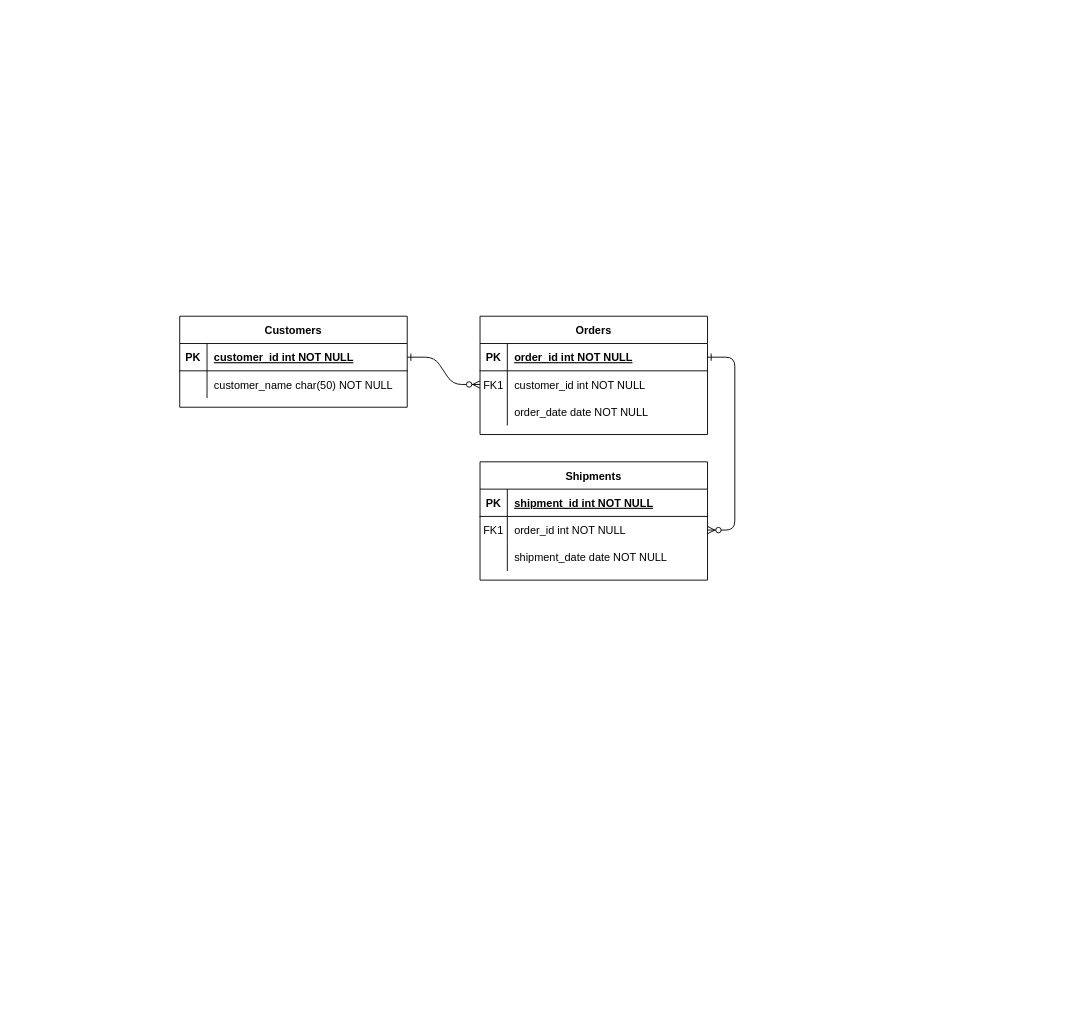
Above: SchémaE/R.drawio in uvsqNathanAmoussou/SalleDeMuscuBDD (draw.io), before the change. Source tidied: cells renumbered, new cells numbered last; positions are measured from the earlier drawing's top-left corner, leaving out a move shared by most shapes. Both pictures are drawn from the tidied source at 91%, with x=0, y=0 at pixel (179, 316).
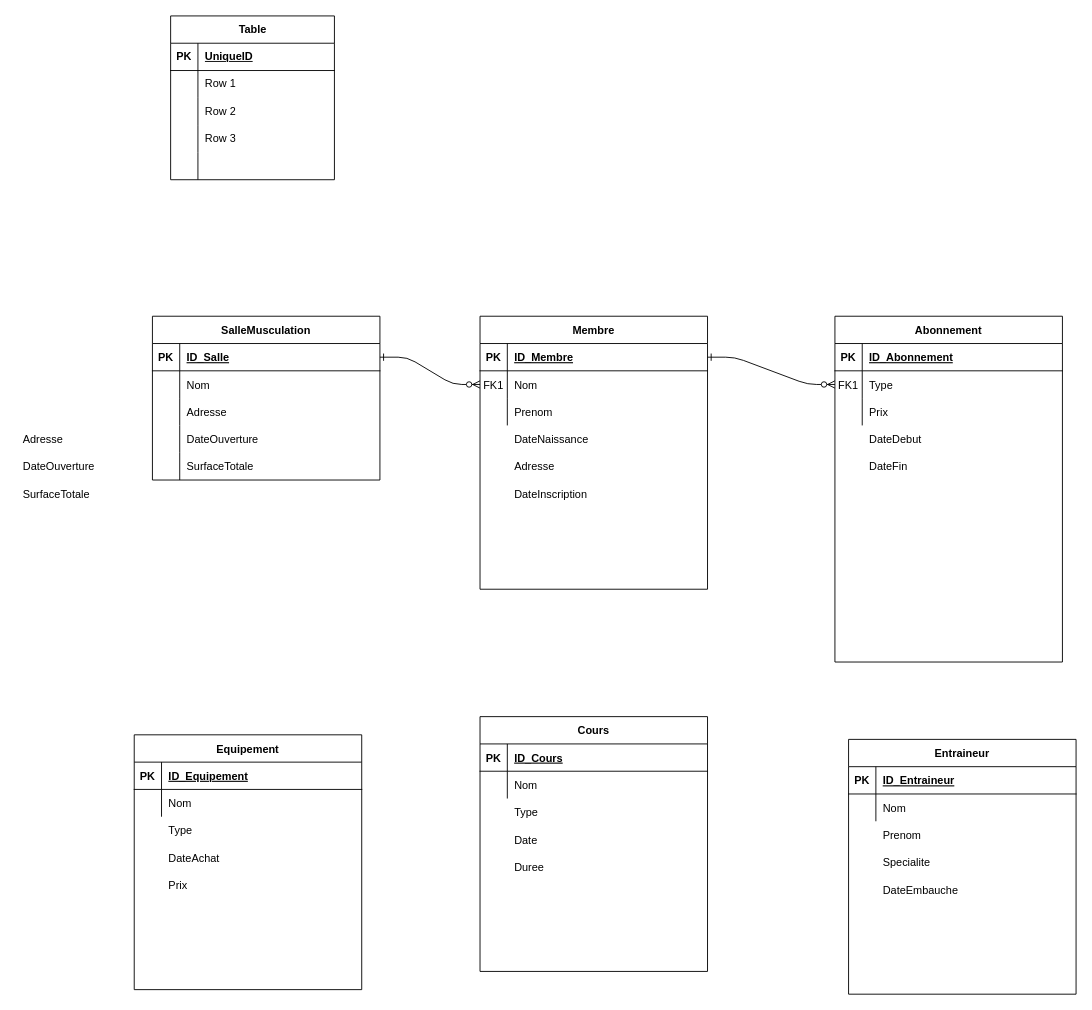
Above is the later version.

Commit message:
Mettre à jour SchémaE/R.drawio

Unchanged cells that the change refers to:
```xml
<mxCell id="5" style="shape=partialRectangle;fillColor=none;points=[[0,0.5],[1,0.5]];portConstraint=eastwest;top=0;left=0;right=0;bottom=1;" parent="4" vertex="1">
  <mxGeometry y="30" width="250" height="30" as="geometry" />
</mxCell>
<mxCell id="8" style="shape=partialRectangle;fillColor=none;points=[[0,0.5],[1,0.5]];portConstraint=eastwest;top=0;left=0;right=0;bottom=0;" parent="4" vertex="1">
  <mxGeometry y="60" width="250" height="30" as="geometry" />
</mxCell>
<mxCell id="11" style="shape=partialRectangle;fillColor=none;top=0;left=0;right=0;bottom=0;" parent="4" vertex="1">
  <mxGeometry y="90" width="250" height="30" as="geometry" />
</mxCell>
<mxCell id="15" style="shape=partialRectangle;fillColor=none;top=0;left=0;right=0;bottom=1;" parent="14" vertex="1">
  <mxGeometry y="30" width="250" height="30" as="geometry" />
</mxCell>
<mxCell id="18" style="shape=partialRectangle;fillColor=none;points=[[0,0.5],[1,0.5]];portConstraint=eastwest;top=0;left=0;right=0;bottom=0;" parent="14" vertex="1">
  <mxGeometry y="60" width="250" height="30" as="geometry" />
</mxCell>
<mxCell id="21" style="shape=partialRectangle;fillColor=none;top=0;left=0;right=0;bottom=0;" parent="14" vertex="1">
  <mxGeometry y="90" width="250" height="30" as="geometry" />
</mxCell>
<mxCell id="25" style="shape=partialRectangle;fillColor=none;points=[[0,0.5],[1,0.5]];portConstraint=eastwest;top=0;left=0;right=0;bottom=1;" parent="24" vertex="1">
  <mxGeometry y="30" width="250" height="30" as="geometry" />
</mxCell>
<mxCell id="28" style="shape=partialRectangle;fillColor=none;top=0;left=0;right=0;bottom=0;" parent="24" vertex="1">
  <mxGeometry y="60" width="250" height="30" as="geometry" />
</mxCell>
```

Change to the diagram source:
```diff
@@
-    <mxCell id="4" value="Orders" style="shape=table;startSize=30;childLayout=tableLayout;rowLines=0;fontStyle=1;align=center;" parent="1" vertex="1">
-      <mxGeometry x="330" width="250" height="130" as="geometry" />
+    <mxCell id="4" value="Membre" style="shape=table;startSize=30;childLayout=tableLayout;rowLines=0;fontStyle=1;align=center;" parent="1" vertex="1">
+      <mxGeometry x="330" width="250" height="300" as="geometry" />
     </mxCell>
@@
-    <mxCell id="7" value="order_id int NOT NULL " style="shape=partialRectangle;overflow=hidden;fillColor=none;top=0;left=0;bottom=0;right=0;align=left;spacingLeft=6;fontStyle=5;" parent="5" vertex="1">
+    <mxCell id="7" value="ID_Membre" style="shape=partialRectangle;overflow=hidden;fillColor=none;top=0;left=0;bottom=0;right=0;align=left;spacingLeft=6;fontStyle=5;" parent="5" vertex="1">
       <mxGeometry x="30" width="220" height="30" as="geometry" />
     </mxCell>
@@
-    <mxCell id="10" value="customer_id int NOT NULL" style="shape=partialRectangle;overflow=hidden;fillColor=none;top=0;left=0;bottom=0;right=0;align=left;spacingLeft=6;" parent="8" vertex="1">
+    <mxCell id="10" value="Nom" style="shape=partialRectangle;overflow=hidden;fillColor=none;top=0;left=0;bottom=0;right=0;align=left;spacingLeft=6;" parent="8" vertex="1">
       <mxGeometry x="30" width="220" height="30" as="geometry" />
     </mxCell>
@@
-    <mxCell id="13" value="order_date date NOT NULL" style="shape=partialRectangle;overflow=hidden;fillColor=none;top=0;left=0;bottom=0;right=0;align=left;spacingLeft=6;" parent="11" vertex="1">
+    <mxCell id="13" value="Prenom" style="shape=partialRectangle;overflow=hidden;fillColor=none;top=0;left=0;bottom=0;right=0;align=left;spacingLeft=6;" parent="11" vertex="1">
       <mxGeometry x="30" width="220" height="30" as="geometry" />
     </mxCell>
-    <mxCell id="14" value="Shipments" style="shape=table;startSize=30;childLayout=tableLayout;rowLines=0;fontStyle=1;align=center;" parent="1" vertex="1">
-      <mxGeometry x="330" y="160" width="250" height="130" as="geometry" />
+    <mxCell id="14" value="Abonnement" style="shape=table;startSize=30;childLayout=tableLayout;rowLines=0;fontStyle=1;align=center;" parent="1" vertex="1">
+      <mxGeometry x="720" width="250" height="380" as="geometry" />
     </mxCell>
@@
-    <mxCell id="17" value="shipment_id int NOT NULL " style="shape=partialRectangle;overflow=hidden;fillColor=none;top=0;left=0;bottom=0;right=0;align=left;spacingLeft=6;fontStyle=5;" parent="15" vertex="1">
+    <mxCell id="17" value="ID_Abonnement" style="shape=partialRectangle;overflow=hidden;fillColor=none;top=0;left=0;bottom=0;right=0;align=left;spacingLeft=6;fontStyle=5;" parent="15" vertex="1">
       <mxGeometry x="30" width="220" height="30" as="geometry" />
     </mxCell>
@@
-    <mxCell id="20" value="order_id int NOT NULL" style="shape=partialRectangle;overflow=hidden;fillColor=none;top=0;left=0;bottom=0;right=0;align=left;spacingLeft=6;" parent="18" vertex="1">
+    <mxCell id="20" value="Type" style="shape=partialRectangle;overflow=hidden;fillColor=none;top=0;left=0;bottom=0;right=0;align=left;spacingLeft=6;" parent="18" vertex="1">
       <mxGeometry x="30" width="220" height="30" as="geometry" />
     </mxCell>
@@
-    <mxCell id="23" value="shipment_date date NOT NULL" style="shape=partialRectangle;overflow=hidden;fillColor=none;top=0;left=0;bottom=0;right=0;align=left;spacingLeft=6;" parent="21" vertex="1">
+    <mxCell id="23" value="Prix" style="shape=partialRectangle;overflow=hidden;fillColor=none;top=0;left=0;bottom=0;right=0;align=left;spacingLeft=6;" parent="21" vertex="1">
       <mxGeometry x="30" width="220" height="30" as="geometry" />
     </mxCell>
-    <mxCell id="24" value="Customers" style="shape=table;startSize=30;childLayout=tableLayout;rowLines=0;fontStyle=1;align=center;" parent="1" vertex="1">
-      <mxGeometry width="250" height="100" as="geometry" />
+    <mxCell id="24" value="SalleMusculation" style="shape=table;startSize=30;childLayout=tableLayout;rowLines=0;fontStyle=1;align=center;" parent="1" vertex="1">
+      <mxGeometry x="-30" width="250" height="180" as="geometry" />
     </mxCell>
@@
-    <mxCell id="27" value="customer_id int NOT NULL " style="shape=partialRectangle;overflow=hidden;fillColor=none;top=0;left=0;bottom=0;right=0;align=left;spacingLeft=6;fontStyle=5;" parent="25" vertex="1">
+    <mxCell id="27" value="ID_Salle" style="shape=partialRectangle;overflow=hidden;fillColor=none;top=0;left=0;bottom=0;right=0;align=left;spacingLeft=6;fontStyle=5;" parent="25" vertex="1">
       <mxGeometry x="30" width="220" height="30" as="geometry" />
     </mxCell>
@@
-    <mxCell id="30" value="customer_name char(50) NOT NULL" style="shape=partialRectangle;overflow=hidden;fillColor=none;top=0;left=0;bottom=0;right=0;align=left;spacingLeft=6;" parent="28" vertex="1">
+    <mxCell id="30" value="Nom" style="shape=partialRectangle;overflow=hidden;fillColor=none;top=0;left=0;bottom=0;right=0;align=left;spacingLeft=6;" parent="28" vertex="1">
       <mxGeometry x="30" width="220" height="30" as="geometry" />
     </mxCell>
+    <mxCell id="31" style="shape=partialRectangle;fillColor=none;top=0;left=0;right=0;bottom=0;" parent="24" vertex="1">
+      <mxGeometry y="90" width="250" height="30" as="geometry" />
+    </mxCell>
+    <mxCell id="32" style="shape=partialRectangle;overflow=hidden;fillColor=none;top=0;left=0;bottom=0;right=0;" parent="31" vertex="1">
+      <mxGeometry width="30" height="30" as="geometry" />
+    </mxCell>
+    <mxCell id="33" value="Adresse" style="shape=partialRectangle;overflow=hidden;fillColor=none;top=0;left=0;bottom=0;right=0;align=left;spacingLeft=6;" parent="31" vertex="1">
+      <mxGeometry x="30" width="220" height="30" as="geometry" />
+    </mxCell>
+    <mxCell id="34" style="shape=partialRectangle;fillColor=none;top=0;left=0;right=0;bottom=0;" parent="24" vertex="1">
+      <mxGeometry y="120" width="250" height="30" as="geometry" />
+    </mxCell>
+    <mxCell id="35" style="shape=partialRectangle;overflow=hidden;fillColor=none;top=0;left=0;bottom=0;right=0;" parent="34" vertex="1">
+      <mxGeometry width="30" height="30" as="geometry" />
+    </mxCell>
+    <mxCell id="36" value="DateOuverture" style="shape=partialRectangle;overflow=hidden;fillColor=none;top=0;left=0;bottom=0;right=0;align=left;spacingLeft=6;" parent="34" vertex="1">
+      <mxGeometry x="30" width="220" height="30" as="geometry" />
+    </mxCell>
+    <mxCell id="37" style="shape=partialRectangle;fillColor=none;top=0;left=0;right=0;bottom=0;" parent="24" vertex="1">
+      <mxGeometry y="150" width="250" height="30" as="geometry" />
+    </mxCell>
+    <mxCell id="38" style="shape=partialRectangle;overflow=hidden;fillColor=none;top=0;left=0;bottom=0;right=0;" parent="37" vertex="1">
+      <mxGeometry width="30" height="30" as="geometry" />
+    </mxCell>
+    <mxCell id="39" value="SurfaceTotale" style="shape=partialRectangle;overflow=hidden;fillColor=none;top=0;left=0;bottom=0;right=0;align=left;spacingLeft=6;" parent="37" vertex="1">
+      <mxGeometry x="30" width="220" height="30" as="geometry" />
+    </mxCell>
+    <mxCell id="40" value="Adresse" style="shape=partialRectangle;overflow=hidden;fillColor=none;top=0;left=0;bottom=0;right=0;align=left;spacingLeft=6;" parent="1" vertex="1">
+      <mxGeometry x="-180" y="120" width="220" height="30" as="geometry" />
+    </mxCell>
+    <mxCell id="41" value="DateOuverture" style="shape=partialRectangle;overflow=hidden;fillColor=none;top=0;left=0;bottom=0;right=0;align=left;spacingLeft=6;" parent="1" vertex="1">
+      <mxGeometry x="-180" y="150" width="220" height="30" as="geometry" />
+    </mxCell>
+    <mxCell id="42" value="SurfaceTotale" style="shape=partialRectangle;overflow=hidden;fillColor=none;top=0;left=0;bottom=0;right=0;align=left;spacingLeft=6;" parent="1" vertex="1">
+      <mxGeometry x="-180" y="180" width="220" height="30" as="geometry" />
+    </mxCell>
+    <mxCell id="43" value="DateNaissance" style="shape=partialRectangle;overflow=hidden;fillColor=none;top=0;left=0;bottom=0;right=0;align=left;spacingLeft=6;" parent="1" vertex="1">
+      <mxGeometry x="360" y="120" width="220" height="30" as="geometry" />
+    </mxCell>
+    <mxCell id="44" value="Adresse" style="shape=partialRectangle;overflow=hidden;fillColor=none;top=0;left=0;bottom=0;right=0;align=left;spacingLeft=6;" parent="1" vertex="1">
+      <mxGeometry x="360" y="150" width="220" height="30" as="geometry" />
+    </mxCell>
+    <mxCell id="45" value="DateInscription" style="shape=partialRectangle;overflow=hidden;fillColor=none;top=0;left=0;bottom=0;right=0;align=left;spacingLeft=6;" parent="1" vertex="1">
+      <mxGeometry x="360" y="180" width="220" height="30" as="geometry" />
+    </mxCell>
+    <mxCell id="46" value="DateDebut" style="shape=partialRectangle;overflow=hidden;fillColor=none;top=0;left=0;bottom=0;right=0;align=left;spacingLeft=6;" parent="1" vertex="1">
+      <mxGeometry x="750" y="120" width="220" height="30" as="geometry" />
+    </mxCell>
+    <mxCell id="47" value="DateFin" style="shape=partialRectangle;overflow=hidden;fillColor=none;top=0;left=0;bottom=0;right=0;align=left;spacingLeft=6;" parent="1" vertex="1">
+      <mxGeometry x="750" y="150" width="220" height="30" as="geometry" />
+    </mxCell>
+    <mxCell id="48" value="Cours" style="shape=table;startSize=30;childLayout=tableLayout;rowLines=0;fontStyle=1;align=center;" parent="1" vertex="1">
+      <mxGeometry x="330" y="440" width="250" height="280" as="geometry" />
+    </mxCell>
+    <mxCell id="49" style="shape=partialRectangle;fillColor=none;top=0;left=0;right=0;bottom=1;" parent="48" vertex="1">
+      <mxGeometry y="30" width="250" height="30" as="geometry" />
+    </mxCell>
+    <mxCell id="50" value="PK" style="shape=partialRectangle;overflow=hidden;fillColor=none;top=0;left=0;bottom=0;right=0;fontStyle=1;" parent="49" vertex="1">
+      <mxGeometry width="30" height="30" as="geometry" />
+    </mxCell>
+    <mxCell id="51" value="ID_Cours" style="shape=partialRectangle;overflow=hidden;fillColor=none;top=0;left=0;bottom=0;right=0;align=left;spacingLeft=6;fontStyle=5;" parent="49" vertex="1">
+      <mxGeometry x="30" width="220" height="30" as="geometry" />
+    </mxCell>
+    <mxCell id="52" style="shape=partialRectangle;fillColor=none;top=0;left=0;right=0;bottom=0;" parent="48" vertex="1">
+      <mxGeometry y="60" width="250" height="30" as="geometry" />
+    </mxCell>
+    <mxCell id="53" style="shape=partialRectangle;overflow=hidden;fillColor=none;top=0;left=0;bottom=0;right=0;" parent="52" vertex="1">
+      <mxGeometry width="30" height="30" as="geometry" />
+    </mxCell>
+    <mxCell id="54" value="Nom" style="shape=partialRectangle;overflow=hidden;fillColor=none;top=0;left=0;bottom=0;right=0;align=left;spacingLeft=6;" parent="52" vertex="1">
+      <mxGeometry x="30" width="220" height="30" as="geometry" />
+    </mxCell>
+    <mxCell id="55" value="Type" style="shape=partialRectangle;overflow=hidden;fillColor=none;top=0;left=0;bottom=0;right=0;align=left;spacingLeft=6;" parent="1" vertex="1">
+      <mxGeometry x="360" y="530" width="220" height="30" as="geometry" />
+    </mxCell>
+    <mxCell id="56" value="Date" style="shape=partialRectangle;overflow=hidden;fillColor=none;top=0;left=0;bottom=0;right=0;align=left;spacingLeft=6;" parent="1" vertex="1">
+      <mxGeometry x="360" y="560" width="220" height="30" as="geometry" />
+    </mxCell>
+    <mxCell id="57" value="Duree" style="shape=partialRectangle;overflow=hidden;fillColor=none;top=0;left=0;bottom=0;right=0;align=left;spacingLeft=6;" parent="1" vertex="1">
+      <mxGeometry x="360" y="590" width="220" height="30" as="geometry" />
+    </mxCell>
+    <mxCell id="58" value="Equipement" style="shape=table;startSize=30;childLayout=tableLayout;rowLines=0;fontStyle=1;align=center;" parent="1" vertex="1">
+      <mxGeometry x="-50" y="460" width="250" height="280" as="geometry" />
+    </mxCell>
+    <mxCell id="59" style="shape=partialRectangle;fillColor=none;top=0;left=0;right=0;bottom=1;" parent="58" vertex="1">
+      <mxGeometry y="30" width="250" height="30" as="geometry" />
+    </mxCell>
+    <mxCell id="60" value="PK" style="shape=partialRectangle;overflow=hidden;fillColor=none;top=0;left=0;bottom=0;right=0;fontStyle=1;" parent="59" vertex="1">
+      <mxGeometry width="30" height="30" as="geometry" />
+    </mxCell>
+    <mxCell id="61" value="ID_Equipement" style="shape=partialRectangle;overflow=hidden;fillColor=none;top=0;left=0;bottom=0;right=0;align=left;spacingLeft=6;fontStyle=5;" parent="59" vertex="1">
+      <mxGeometry x="30" width="220" height="30" as="geometry" />
+    </mxCell>
+    <mxCell id="62" style="shape=partialRectangle;fillColor=none;top=0;left=0;right=0;bottom=0;" parent="58" vertex="1">
+      <mxGeometry y="60" width="250" height="30" as="geometry" />
+    </mxCell>
+    <mxCell id="63" style="shape=partialRectangle;overflow=hidden;fillColor=none;top=0;left=0;bottom=0;right=0;" parent="62" vertex="1">
+      <mxGeometry width="30" height="30" as="geometry" />
+    </mxCell>
+    <mxCell id="64" value="Nom" style="shape=partialRectangle;overflow=hidden;fillColor=none;top=0;left=0;bottom=0;right=0;align=left;spacingLeft=6;" parent="62" vertex="1">
+      <mxGeometry x="30" width="220" height="30" as="geometry" />
+    </mxCell>
+    <mxCell id="65" value="Type" style="shape=partialRectangle;overflow=hidden;fillColor=none;top=0;left=0;bottom=0;right=0;align=left;spacingLeft=6;" parent="1" vertex="1">
+      <mxGeometry x="-20" y="550" width="220" height="30" as="geometry" />
+    </mxCell>
+    <mxCell id="66" value="DateAchat" style="shape=partialRectangle;overflow=hidden;fillColor=none;top=0;left=0;bottom=0;right=0;align=left;spacingLeft=6;" parent="1" vertex="1">
+      <mxGeometry x="-20" y="580" width="220" height="30" as="geometry" />
+    </mxCell>
+    <mxCell id="67" value="Prix" style="shape=partialRectangle;overflow=hidden;fillColor=none;top=0;left=0;bottom=0;right=0;align=left;spacingLeft=6;" parent="1" vertex="1">
+      <mxGeometry x="-20" y="610" width="220" height="30" as="geometry" />
+    </mxCell>
+    <mxCell id="68" value="Entraineur" style="shape=table;startSize=30;childLayout=tableLayout;rowLines=0;fontStyle=1;align=center;" parent="1" vertex="1">
+      <mxGeometry x="735" y="465" width="250" height="280" as="geometry" />
+    </mxCell>
+    <mxCell id="69" style="shape=partialRectangle;fillColor=none;top=0;left=0;right=0;bottom=1;" parent="68" vertex="1">
+      <mxGeometry y="30" width="250" height="30" as="geometry" />
+    </mxCell>
+    <mxCell id="70" value="PK" style="shape=partialRectangle;overflow=hidden;fillColor=none;top=0;left=0;bottom=0;right=0;fontStyle=1;" parent="69" vertex="1">
+      <mxGeometry width="30" height="30" as="geometry" />
+    </mxCell>
+    <mxCell id="71" value="ID_Entraineur" style="shape=partialRectangle;overflow=hidden;fillColor=none;top=0;left=0;bottom=0;right=0;align=left;spacingLeft=6;fontStyle=5;" parent="69" vertex="1">
+      <mxGeometry x="30" width="220" height="30" as="geometry" />
+    </mxCell>
+    <mxCell id="72" style="shape=partialRectangle;fillColor=none;top=0;left=0;right=0;bottom=0;" parent="68" vertex="1">
+      <mxGeometry y="60" width="250" height="30" as="geometry" />
+    </mxCell>
+    <mxCell id="73" style="shape=partialRectangle;overflow=hidden;fillColor=none;top=0;left=0;bottom=0;right=0;" parent="72" vertex="1">
+      <mxGeometry width="30" height="30" as="geometry" />
+    </mxCell>
+    <mxCell id="74" value="Nom" style="shape=partialRectangle;overflow=hidden;fillColor=none;top=0;left=0;bottom=0;right=0;align=left;spacingLeft=6;" parent="72" vertex="1">
+      <mxGeometry x="30" width="220" height="30" as="geometry" />
+    </mxCell>
+    <mxCell id="75" value="Prenom" style="shape=partialRectangle;overflow=hidden;fillColor=none;top=0;left=0;bottom=0;right=0;align=left;spacingLeft=6;" parent="1" vertex="1">
+      <mxGeometry x="765" y="555" width="220" height="30" as="geometry" />
+    </mxCell>
+    <mxCell id="76" value="Specialite" style="shape=partialRectangle;overflow=hidden;fillColor=none;top=0;left=0;bottom=0;right=0;align=left;spacingLeft=6;" parent="1" vertex="1">
+      <mxGeometry x="765" y="585" width="220" height="30" as="geometry" />
+    </mxCell>
+    <mxCell id="77" value="DateEmbauche" style="shape=partialRectangle;overflow=hidden;fillColor=none;top=0;left=0;bottom=0;right=0;align=left;spacingLeft=6;" parent="1" vertex="1">
+      <mxGeometry x="765" y="615" width="220" height="30" as="geometry" />
+    </mxCell>
+    <mxCell id="78" value="Table" style="shape=table;startSize=30;childLayout=tableLayout;rowLines=0;fontStyle=1;align=center;html=1;" parent="1" vertex="1">
+      <mxGeometry x="-10" y="-330" width="180" height="180" as="geometry" />
+    </mxCell>
+    <mxCell id="79" style="shape=tableRow;horizontal=0;startSize=0;swimlaneHead=0;swimlaneBody=0;fillColor=none;top=0;left=0;right=0;bottom=1;" parent="78" vertex="1">
+      <mxGeometry y="30" width="180" height="30" as="geometry" />
+    </mxCell>
+    <mxCell id="80" value="PK" style="shape=partialRectangle;fillColor=none;top=0;left=0;bottom=0;right=0;fontStyle=1;overflow=hidden;whiteSpace=wrap;html=1;" parent="79" vertex="1">
+      <mxGeometry width="30" height="30" as="geometry" />
+    </mxCell>
+    <mxCell id="81" value="UniqueID" style="shape=partialRectangle;fillColor=none;top=0;left=0;bottom=0;right=0;align=left;spacingLeft=6;fontStyle=5;overflow=hidden;whiteSpace=wrap;html=1;" parent="79" vertex="1">
+      <mxGeometry x="30" width="150" height="30" as="geometry" />
+    </mxCell>
+    <mxCell id="82" style="shape=tableRow;horizontal=0;startSize=0;swimlaneHead=0;swimlaneBody=0;fillColor=none;top=0;left=0;right=0;bottom=0;" parent="78" vertex="1">
+      <mxGeometry y="60" width="180" height="30" as="geometry" />
+    </mxCell>
+    <mxCell id="83" style="shape=partialRectangle;fillColor=none;top=0;left=0;bottom=0;right=0;overflow=hidden;whiteSpace=wrap;html=1;" parent="82" vertex="1">
+      <mxGeometry width="30" height="30" as="geometry" />
+    </mxCell>
+    <mxCell id="84" value="Row 1" style="shape=partialRectangle;fillColor=none;top=0;left=0;bottom=0;right=0;align=left;spacingLeft=6;overflow=hidden;whiteSpace=wrap;html=1;" parent="82" vertex="1">
+      <mxGeometry x="30" width="150" height="30" as="geometry" />
+    </mxCell>
+    <mxCell id="85" style="shape=tableRow;horizontal=0;startSize=0;swimlaneHead=0;swimlaneBody=0;fillColor=none;top=0;left=0;right=0;bottom=0;" parent="78" vertex="1">
+      <mxGeometry y="90" width="180" height="30" as="geometry" />
+    </mxCell>
+    <mxCell id="86" style="shape=partialRectangle;fillColor=none;top=0;left=0;bottom=0;right=0;overflow=hidden;whiteSpace=wrap;html=1;" parent="85" vertex="1">
+      <mxGeometry width="30" height="30" as="geometry" />
+    </mxCell>
+    <mxCell id="87" value="Row 2" style="shape=partialRectangle;fillColor=none;top=0;left=0;bottom=0;right=0;align=left;spacingLeft=6;overflow=hidden;whiteSpace=wrap;html=1;" parent="85" vertex="1">
+      <mxGeometry x="30" width="150" height="30" as="geometry" />
+    </mxCell>
+    <mxCell id="88" style="shape=tableRow;horizontal=0;startSize=0;swimlaneHead=0;swimlaneBody=0;fillColor=none;top=0;left=0;right=0;bottom=0;" parent="78" vertex="1">
+      <mxGeometry y="120" width="180" height="30" as="geometry" />
+    </mxCell>
+    <mxCell id="89" style="shape=partialRectangle;fillColor=none;top=0;left=0;bottom=0;right=0;overflow=hidden;whiteSpace=wrap;html=1;" parent="88" vertex="1">
+      <mxGeometry width="30" height="30" as="geometry" />
+    </mxCell>
+    <mxCell id="90" value="Row 3" style="shape=partialRectangle;fillColor=none;top=0;left=0;bottom=0;right=0;align=left;spacingLeft=6;overflow=hidden;whiteSpace=wrap;html=1;" parent="88" vertex="1">
+      <mxGeometry x="30" width="150" height="30" as="geometry" />
+    </mxCell>
+    <mxCell id="91" style="shape=tableRow;horizontal=0;startSize=0;swimlaneHead=0;swimlaneBody=0;fillColor=none;top=0;left=0;right=0;bottom=0;" parent="78" vertex="1">
+      <mxGeometry y="150" width="180" height="30" as="geometry" />
+    </mxCell>
+    <mxCell id="92" style="shape=partialRectangle;fillColor=none;top=0;left=0;bottom=0;right=0;overflow=hidden;whiteSpace=wrap;html=1;" parent="91" vertex="1">
+      <mxGeometry width="30" height="30" as="geometry" />
+    </mxCell>
+    <mxCell id="93" style="shape=partialRectangle;fillColor=none;top=0;left=0;bottom=0;right=0;align=left;spacingLeft=6;overflow=hidden;whiteSpace=wrap;html=1;" parent="91" vertex="1">
+      <mxGeometry x="30" width="150" height="30" as="geometry" />
+    </mxCell>
```
